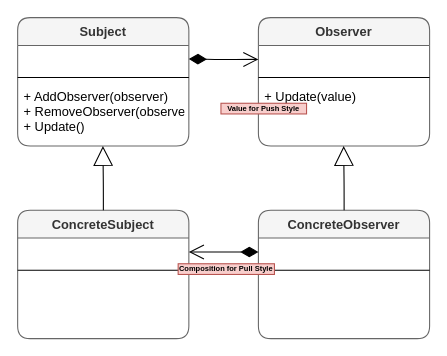
Earlier version of the draw.io diagram DesignPatterns/ObserverPattern/Assets/Observer.drawio (maydinunlu/CSharp-DesignPatterns). Source tidied: cells renumbered, new cells numbered last; positions are measured from the earlier drawing's top-left corner, leaving out a move shared by most shapes. Both pictures are drawn from the tidied source at 107%, with x=0, y=0 at pixel (17, 17).
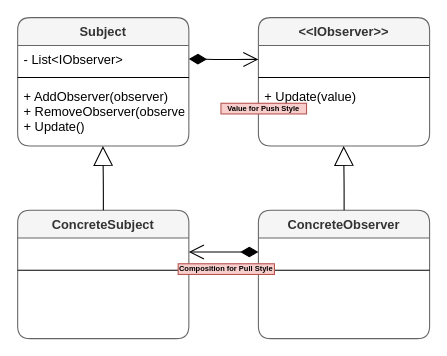
The same page after the edit.

Unchanged cells that the change refers to:
```xml
<mxCell id="2" value="Subject" style="swimlane;fontStyle=1;align=center;verticalAlign=top;horizontal=1;startSize=26;rounded=1;shadow=0;sketch=0;noLabel=0;swimlaneFillColor=none;fillColor=#f5f5f5;strokeColor=#666666;fontColor=#333333;" parent="1" vertex="1">
  <mxGeometry width="160" height="120" as="geometry" />
</mxCell>
```

Change to the diagram source:
```diff
@@
-    <mxCell id="3" value=" " style="text;strokeColor=none;fillColor=none;align=left;verticalAlign=top;spacingLeft=4;spacingRight=4;overflow=hidden;" parent="2" vertex="1">
+    <mxCell id="3" value="- List&lt;IObserver&gt;" style="text;strokeColor=none;fillColor=none;align=left;verticalAlign=top;spacingLeft=4;spacingRight=4;overflow=hidden;" parent="2" vertex="1">
       <mxGeometry y="26" width="160" height="26" as="geometry" />
     </mxCell>
@@
-    <mxCell id="6" value="Observer" style="swimlane;fontStyle=1;align=center;verticalAlign=top;horizontal=1;startSize=26;rounded=1;shadow=0;sketch=0;noLabel=0;swimlaneFillColor=none;fillColor=#f5f5f5;strokeColor=#666666;fontColor=#333333;" parent="1" vertex="1">
+    <mxCell id="6" value="&lt;&lt;IObserver&gt;&gt;" style="swimlane;fontStyle=1;align=center;verticalAlign=top;horizontal=1;startSize=26;rounded=1;shadow=0;sketch=0;noLabel=0;swimlaneFillColor=none;fillColor=#f5f5f5;strokeColor=#666666;fontColor=#333333;" parent="1" vertex="1">
       <mxGeometry x="225" width="160" height="120" as="geometry" />
     </mxCell>
```
